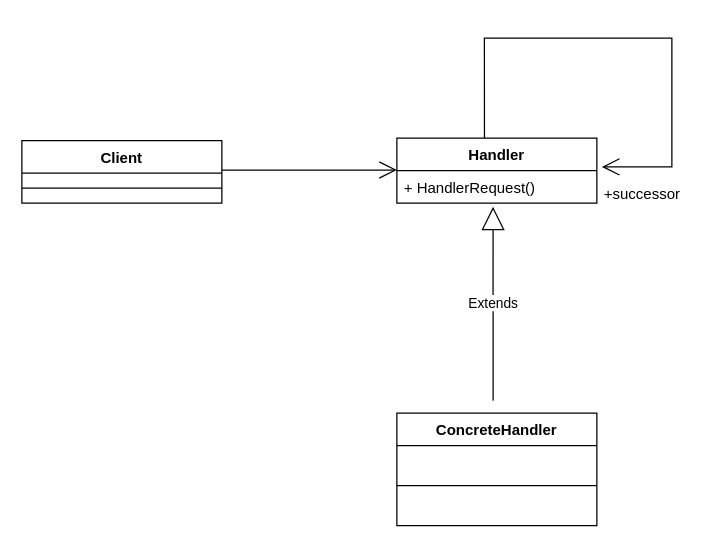
Before: 责任链模式通用类图.drawio in ChengziMao/diagrams, a draw.io diagram. Source tidied: cells renumbered, new cells numbered last; positions are measured from the earlier drawing's top-left corner, leaving out a move shared by most shapes. Both pictures are drawn from the tidied source at 125%, with x=0, y=0 at pixel (21, 38).
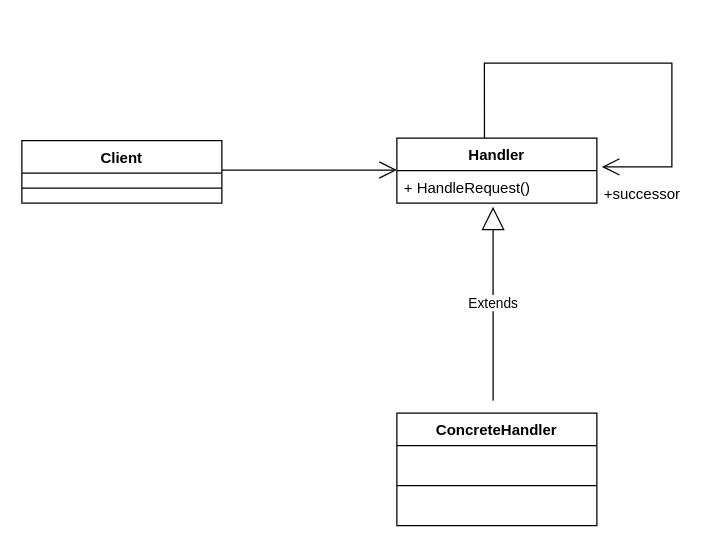
After the change.

Commit message (it also covers changes not shown here):
更新责任链模式通用类图.drawio

The edit, as a diff of the source:
```diff
@@
 <mxGraphModel>
   <root>
     <mxCell id="0" />
     <mxCell id="1" parent="0" />
     <mxCell id="2" value="Client" style="swimlane;fontStyle=1;align=center;verticalAlign=top;horizontal=1;startSize=26;whiteSpace=wrap;html=1;" parent="1" vertex="1">
       <mxGeometry y="82" width="160" height="50" as="geometry" />
     </mxCell>
     <mxCell id="3" style="line;strokeWidth=1;fillColor=none;align=left;verticalAlign=middle;spacingTop=-1;spacingLeft=3;spacingRight=3;labelPosition=right;strokeColor=inherit;" parent="2" vertex="1">
       <mxGeometry y="26" width="160" height="24" as="geometry" />
     </mxCell>
     <mxCell id="4" value="Handler" style="swimlane;fontStyle=1;align=center;verticalAlign=top;horizontal=1;startSize=26;whiteSpace=wrap;html=1;" parent="1" vertex="1">
       <mxGeometry x="300" y="80" width="160" height="52" as="geometry" />
     </mxCell>
-    <mxCell id="5" value="+ HandlerRequest()" style="text;strokeColor=none;fillColor=none;align=left;verticalAlign=top;spacingLeft=4;spacingRight=4;overflow=hidden;points=[[0,0.5],[1,0.5]];portConstraint=eastwest;whiteSpace=wrap;html=1;" parent="4" vertex="1">
+    <mxCell id="5" value="+ HandleRequest()" style="text;strokeColor=none;fillColor=none;align=left;verticalAlign=top;spacingLeft=4;spacingRight=4;overflow=hidden;points=[[0,0.5],[1,0.5]];portConstraint=eastwest;whiteSpace=wrap;html=1;" parent="4" vertex="1">
       <mxGeometry y="26" width="160" height="26" as="geometry" />
     </mxCell>
     <mxCell id="6" style="endArrow=open;endFill=1;endSize=12;html=1;rounded=0;exitX=0.438;exitY=0;exitDx=0;exitDy=0;exitPerimeter=0;entryX=1.025;entryY=-0.115;entryDx=0;entryDy=0;entryPerimeter=0;" parent="4" edge="1" source="4" target="5">
       <mxGeometry relative="1" as="geometry">
         <Array as="points">
-          <mxPoint x="70" y="-80" />
-          <mxPoint x="220" y="-80" />
+          <mxPoint x="70" y="-60" />
+          <mxPoint x="150" y="-60" />
+          <mxPoint x="220" y="-60" />
           <mxPoint x="220" y="23" />
         </Array>
       </mxGeometry>
     </mxCell>
     <mxCell id="7" value="ConcreteHandler" style="swimlane;fontStyle=1;align=center;verticalAlign=top;horizontal=1;startSize=26;whiteSpace=wrap;html=1;" parent="1" vertex="1">
       <mxGeometry x="300" y="300" width="160" height="90" as="geometry" />
     </mxCell>
     <mxCell id="8" style="line;strokeWidth=1;fillColor=none;align=left;verticalAlign=middle;spacingTop=-1;spacingLeft=3;spacingRight=3;labelPosition=right;strokeColor=inherit;" parent="7" vertex="1">
       <mxGeometry y="26" width="160" height="64" as="geometry" />
     </mxCell>
     <mxCell id="9" value="Extends" style="endArrow=block;endSize=16;endFill=0;html=1;rounded=0;entryX=0.481;entryY=1.115;entryDx=0;entryDy=0;entryPerimeter=0;" parent="1" edge="1" target="5">
       <mxGeometry relative="1" as="geometry">
         <mxPoint x="377" y="290" as="sourcePoint" />
       </mxGeometry>
     </mxCell>
     <mxCell id="10" value="+successor" style="text;html=1;align=center;verticalAlign=middle;strokeColor=none;fillColor=none;" parent="1" vertex="1">
       <mxGeometry x="456" y="110" width="80" height="30" as="geometry" />
     </mxCell>
     <mxCell id="11" style="endArrow=open;endFill=1;endSize=12;html=1;rounded=0;" parent="1" edge="1">
       <mxGeometry relative="1" as="geometry">
         <mxPoint x="160" y="105.5" as="sourcePoint" />
         <mxPoint x="300" y="105.5" as="targetPoint" />
       </mxGeometry>
     </mxCell>
   </root>
 </mxGraphModel>
```
